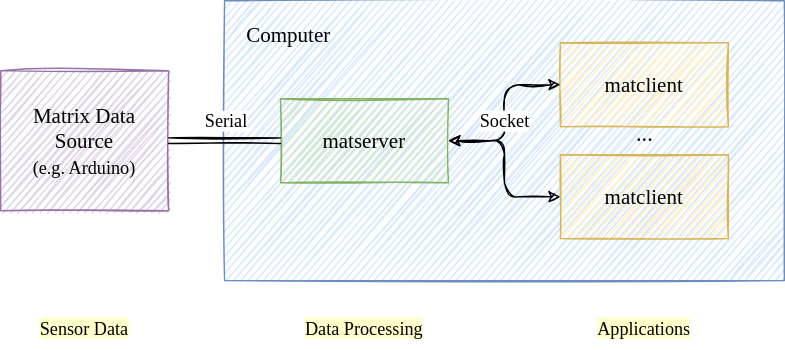
Above: img/schematic.drawio.svg in atomiechen/MatSense (draw.io), before the change. Source tidied: cells renumbered, new cells last; positions are measured from the earlier drawing's top-left corner, leaving out a move shared by most shapes. The source it was exported from:
```xml
<mxGraphModel>
  <root>
    <mxCell id="0" />
    <mxCell id="1" parent="0" />
    <mxCell id="2" style="rounded=0;whiteSpace=wrap;html=1;labelBackgroundColor=none;labelBorderColor=none;sketch=1;fontFamily=Comic Sans MS;fontSize=12;fillColor=#dae8fc;strokeColor=#6c8ebf;" parent="1" vertex="1">
      <mxGeometry x="160" width="400" height="200" as="geometry" />
    </mxCell>
    <mxCell id="3" value="Computer" style="text;html=1;strokeColor=none;fillColor=none;align=center;verticalAlign=middle;whiteSpace=wrap;rounded=0;labelBackgroundColor=none;labelBorderColor=none;sketch=0;fontFamily=Comic Sans MS;fontSize=15;" parent="1" vertex="1">
      <mxGeometry x="176" y="9.5" width="60" height="28.6" as="geometry" />
    </mxCell>
    <mxCell id="4" value="Matrix Data Source&lt;br style=&quot;font-size: 15px&quot;&gt;&lt;font style=&quot;font-size: 13px&quot;&gt;(e.g. Arduino)&lt;/font&gt;" style="rounded=0;whiteSpace=wrap;html=1;labelBackgroundColor=none;labelBorderColor=none;sketch=1;fontSize=15;fontFamily=Comic Sans MS;fillColor=#e1d5e7;strokeColor=#9673a6;" parent="1" vertex="1">
      <mxGeometry y="50" width="120" height="100" as="geometry" />
    </mxCell>
    <mxCell id="5" value="matserver" style="rounded=0;whiteSpace=wrap;html=1;fontSize=15;sketch=1;fontFamily=Comic Sans MS;fillColor=#d5e8d4;strokeColor=#82b366;" parent="1" vertex="1">
      <mxGeometry x="200" y="70" width="120" height="60" as="geometry" />
    </mxCell>
    <mxCell id="6" style="endArrow=classic;html=1;exitX=1;exitY=0.5;exitDx=0;exitDy=0;entryX=0;entryY=0.5;entryDx=0;entryDy=0;fontSize=14;shape=link;sketch=1;fontFamily=Comic Sans MS;" parent="1" edge="1" source="4" target="5">
      <mxGeometry relative="1" as="geometry" />
    </mxCell>
    <mxCell id="7" value="Serial" style="edgeLabel;html=1;align=center;verticalAlign=middle;fontSize=13;fontFamily=Comic Sans MS;" parent="6" vertex="1">
      <mxGeometry x="0.02" y="-1" relative="1" as="geometry">
        <mxPoint x="-1" y="-16" as="offset" />
      </mxGeometry>
    </mxCell>
    <mxCell id="8" value="matclient" style="rounded=0;whiteSpace=wrap;html=1;fontSize=15;sketch=1;fontFamily=Comic Sans MS;fillColor=#fff2cc;strokeColor=#d6b656;" parent="1" vertex="1">
      <mxGeometry x="400" y="30" width="120" height="60" as="geometry" />
    </mxCell>
    <mxCell id="9" value="matclient" style="rounded=0;whiteSpace=wrap;html=1;fontSize=15;sketch=1;fontFamily=Comic Sans MS;fillColor=#fff2cc;strokeColor=#d6b656;" parent="1" vertex="1">
      <mxGeometry x="400" y="110" width="120" height="60" as="geometry" />
    </mxCell>
    <mxCell id="10" style="endArrow=classic;startArrow=classic;html=1;exitX=1;exitY=0.5;exitDx=0;exitDy=0;entryX=0;entryY=0.5;entryDx=0;entryDy=0;edgeStyle=orthogonalEdgeStyle;rounded=1;fontSize=14;sketch=1;fontFamily=Comic Sans MS;" parent="1" edge="1" source="5" target="9">
      <mxGeometry relative="1" as="geometry" />
    </mxCell>
    <mxCell id="11" style="endArrow=classic;startArrow=classic;html=1;entryX=0;entryY=0.5;entryDx=0;entryDy=0;edgeStyle=orthogonalEdgeStyle;rounded=1;fontSize=14;sketch=1;fontFamily=Comic Sans MS;" parent="1" edge="1" target="8">
      <mxGeometry relative="1" as="geometry">
        <mxPoint x="320" y="100" as="sourcePoint" />
      </mxGeometry>
    </mxCell>
    <mxCell id="12" value="..." style="text;html=1;align=center;verticalAlign=middle;strokeColor=none;fillColor=none;fontSize=16;fontFamily=Comic Sans MS;" parent="1" vertex="1">
      <mxGeometry x="445" y="85" width="30" height="20" as="geometry" />
    </mxCell>
    <mxCell id="13" value="Socket" style="edgeLabel;html=1;align=center;verticalAlign=middle;fontSize=13;fontFamily=Comic Sans MS;" parent="1" vertex="1">
      <mxGeometry x="360" y="85" as="geometry" />
    </mxCell>
    <mxCell id="14" value="Sensor Data" style="text;html=1;strokeColor=none;fillColor=none;align=center;verticalAlign=middle;whiteSpace=wrap;rounded=0;sketch=1;fontFamily=Comic Sans MS;fontSize=13;labelBackgroundColor=#FFFFCC;" parent="1" vertex="1">
      <mxGeometry x="10" y="219" width="100" height="30" as="geometry" />
    </mxCell>
    <mxCell id="15" value="Data Processing" style="text;html=1;strokeColor=none;fillColor=none;align=center;verticalAlign=middle;whiteSpace=wrap;rounded=0;sketch=1;fontFamily=Comic Sans MS;fontSize=13;labelBackgroundColor=#FFFFCC;" parent="1" vertex="1">
      <mxGeometry x="210" y="219" width="100" height="30" as="geometry" />
    </mxCell>
    <mxCell id="16" value="Applications" style="text;html=1;strokeColor=none;fillColor=none;align=center;verticalAlign=middle;whiteSpace=wrap;rounded=0;sketch=1;fontFamily=Comic Sans MS;fontSize=13;labelBackgroundColor=#FFFFCC;" parent="1" vertex="1">
      <mxGeometry x="410" y="219" width="100" height="30" as="geometry" />
    </mxCell>
  </root>
</mxGraphModel>
```
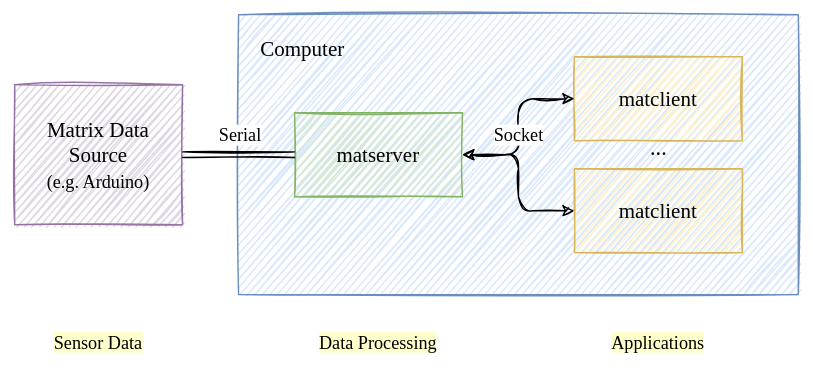
Above is the later version.

Commit message:
Update schematic image with border

What changed in the source:
```diff
@@ -2,7 +2,7 @@
   <root>
     <mxCell id="0" />
     <mxCell id="1" parent="0" />
-    <mxCell id="2" style="rounded=0;whiteSpace=wrap;html=1;labelBackgroundColor=none;labelBorderColor=none;sketch=1;fontFamily=Comic Sans MS;fontSize=12;fillColor=#dae8fc;strokeColor=#6c8ebf;" parent="1" vertex="1">
+    <mxCell id="2" style="rounded=0;whiteSpace=wrap;html=1;labelBackgroundColor=none;labelBorderColor=none;sketch=1;fontFamily=Comic Sans MS;fontSize=12;fillColor=#dae8fc;strokeColor=#6c8ebf;gradientColor=none;" parent="1" vertex="1">
       <mxGeometry x="160" width="400" height="200" as="geometry" />
     </mxCell>
     <mxCell id="3" value="Computer" style="text;html=1;strokeColor=none;fillColor=none;align=center;verticalAlign=middle;whiteSpace=wrap;rounded=0;labelBackgroundColor=none;labelBorderColor=none;sketch=0;fontFamily=Comic Sans MS;fontSize=15;" parent="1" vertex="1">
```
